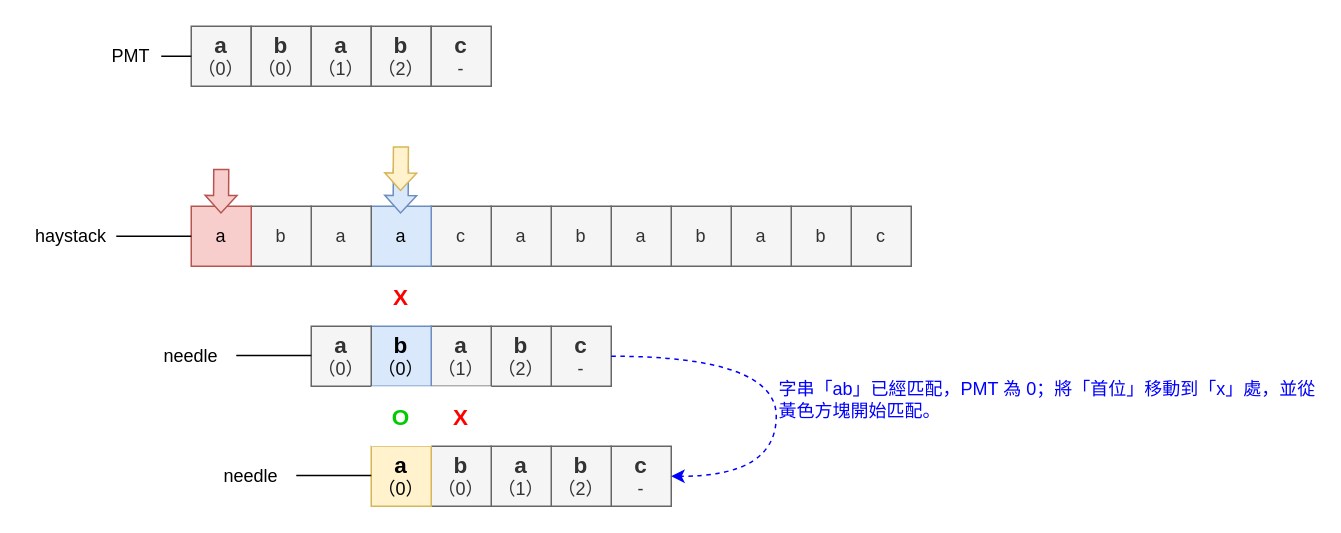
Before: page "第 11 页" (11 of 14) of docs/0028_find_the_index_of_the_first_occurrence_in_a_string.drawio in rickbsr/example-leetcode, a draw.io diagram. Source tidied: cells renumbered, new cells numbered last; positions are measured from the earlier drawing's top-left corner, leaving out a move shared by most shapes. Both pictures are drawn from the tidied source at 150%, with x=0, y=0 at pixel (26, 26).
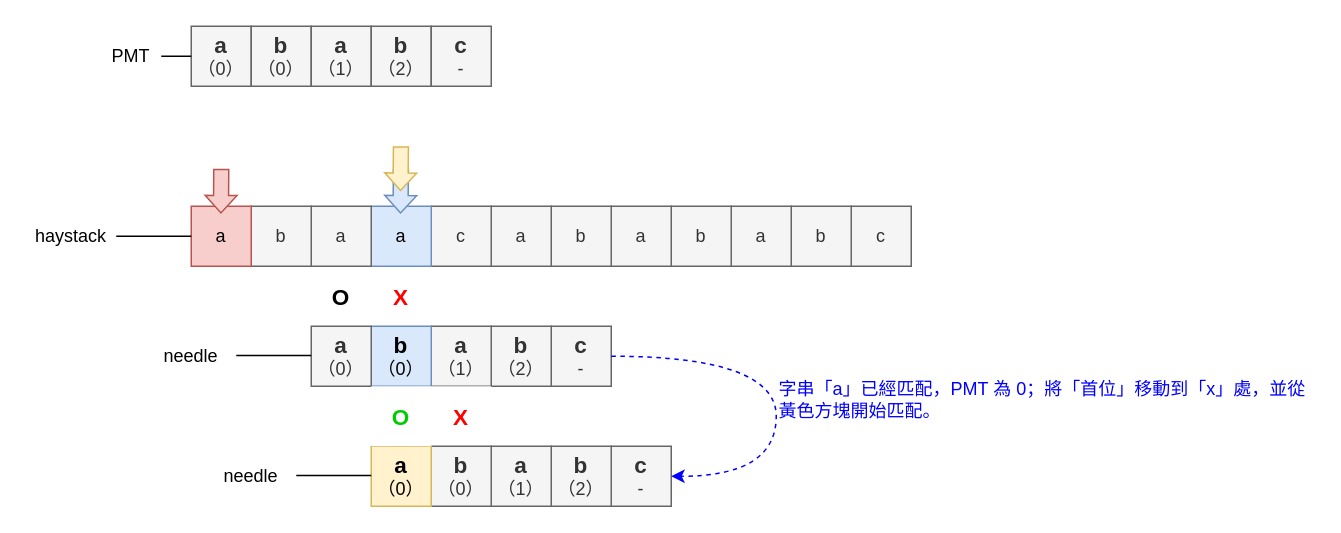
The same page after the edit.

Diff of the diagram source:
```diff
@@
+    <mxCell id="45" value="&lt;font style=&quot;font-size: 15px;&quot;&gt;&lt;b&gt;O&lt;/b&gt;&lt;/font&gt;" style="rounded=0;whiteSpace=wrap;html=1;fontSize=15;strokeColor=none;fontColor=#000000;" parent="1" vertex="1">
+      <mxGeometry x="190" y="160" width="40" height="40" as="geometry" />
+    </mxCell>
@@
-    <mxCell id="43" value="&lt;font&gt;字串「ab」已經匹配，PMT 為 0；將「首位」移動到「x」處，並從黃色方塊開始匹配。&lt;br&gt;&lt;/font&gt;" style="text;html=1;strokeColor=none;fillColor=none;align=left;verticalAlign=middle;whiteSpace=wrap;rounded=0;fontColor=#0000FF;" parent="1" vertex="1">
+    <mxCell id="43" value="&lt;font&gt;字串「a」已經匹配，PMT 為 0；將「首位」移動到「x」處，並從黃色方塊開始匹配。&lt;br&gt;&lt;/font&gt;" style="text;html=1;strokeColor=none;fillColor=none;align=left;verticalAlign=middle;whiteSpace=wrap;rounded=0;fontColor=#0000FF;" parent="1" vertex="1">
       <mxGeometry x="500" y="220" width="360" height="57.5" as="geometry" />
     </mxCell>
```
